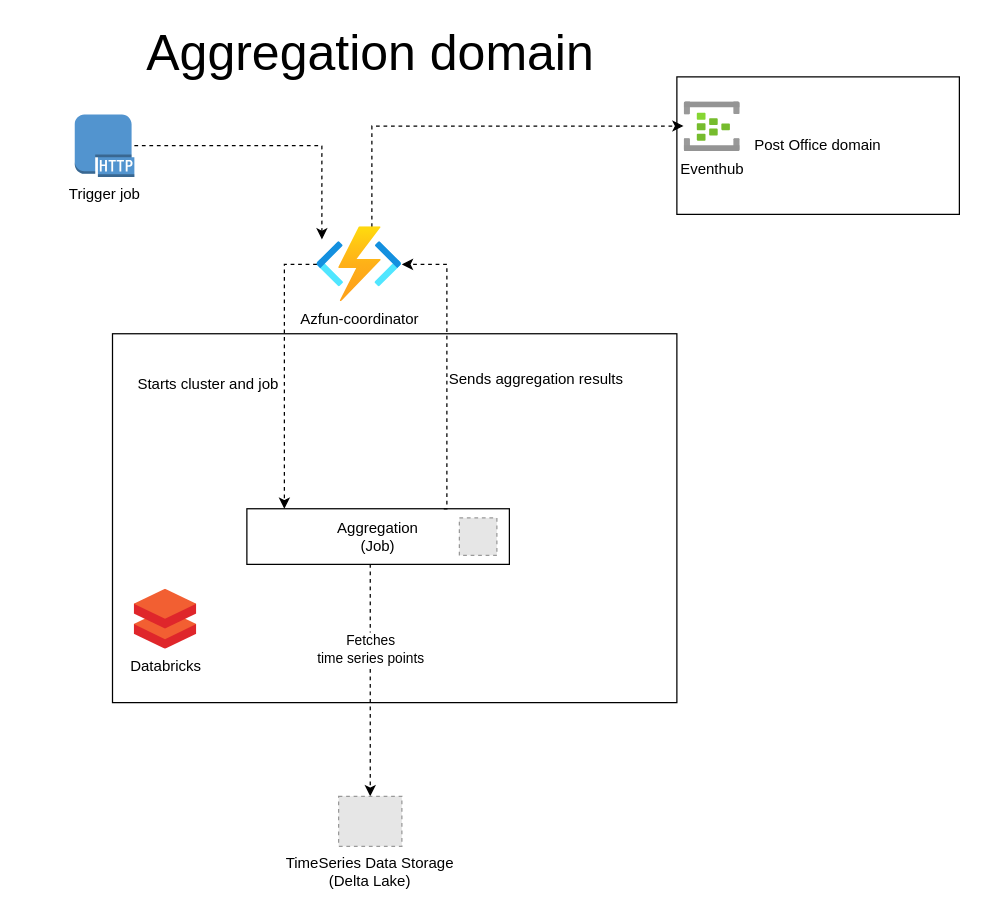
Earlier version of the draw.io diagram docs/Architecture.drawio (Energinet-DataHub/ARCHIVED-geh-aggregations). Source tidied: cells renumbered, new cells numbered last; positions are measured from the earlier drawing's top-left corner, leaving out a move shared by most shapes. Both pictures are drawn from the tidied source at 125%, with x=0, y=0 at pixel (21, 39). Pictures stored in the file or linked from it are replaced by grey dashed boxes.
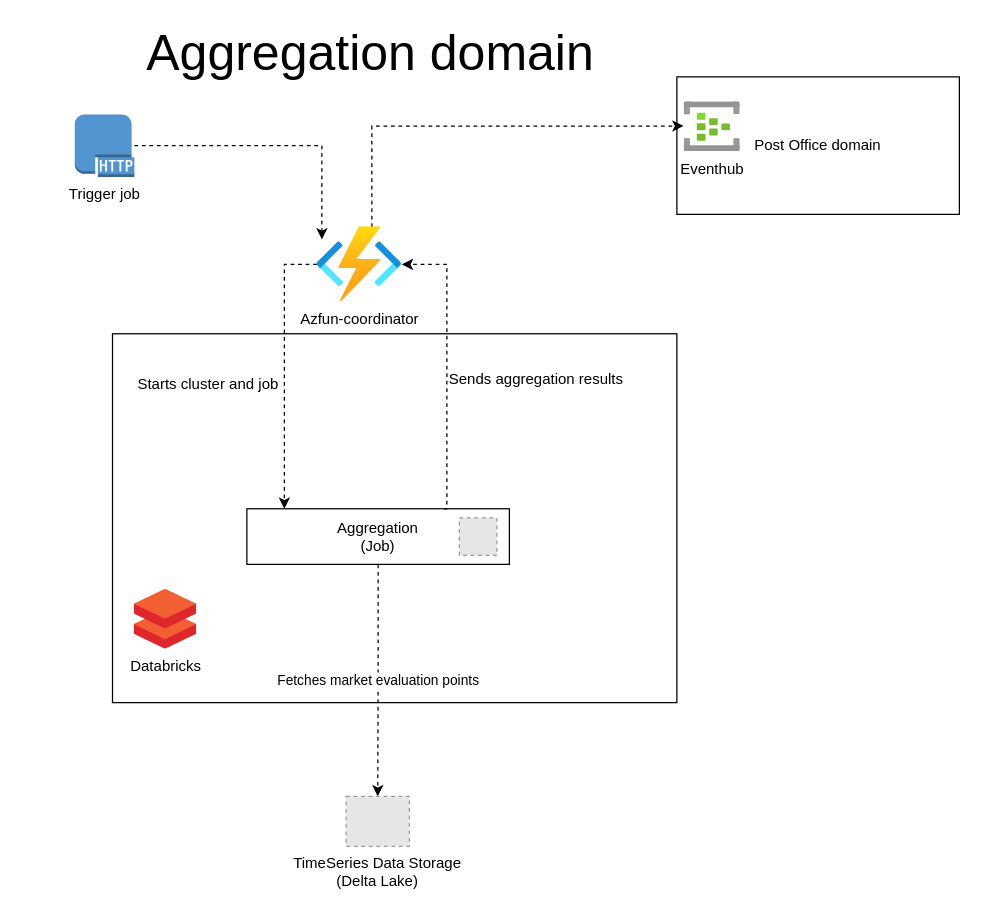
Above is the later version.

Commit message (it also covers changes not shown here):
tweak in diagram

Unchanged cells that the change refers to:
```xml
<mxCell id="6" value="Aggregation&lt;br&gt;(Job)" style="rounded=0;whiteSpace=wrap;html=1;" parent="1" vertex="1">
  <mxGeometry x="180" y="375.5" width="210" height="44.5" as="geometry" />
</mxCell>
<mxCell id="10" value="Azfun-coordinator" style="html=1;points=[];align=center;image;fontSize=12;image=img/lib/azure2/compute/Function_Apps.svg;" parent="1" vertex="1">
  <mxGeometry x="236" y="150" width="68" height="60" as="geometry" />
</mxCell>
<mxCell id="13" value="Eventhub" style="html=1;points=[];align=center;image;fontSize=12;image=img/lib/azure2/analytics/Event_Hubs.svg;" parent="1" vertex="1">
  <mxGeometry x="530" y="50" width="44.7" height="40" as="geometry" />
</mxCell>
```

Change to the diagram source:
```diff
@@
+    <mxCell id="5" style="edgeStyle=orthogonalEdgeStyle;rounded=0;jettySize=auto;html=1;exitX=0.647;exitY=0;exitDx=0;exitDy=0;entryX=-0.015;entryY=0.483;entryDx=0;entryDy=0;dashed=1;fontSize=40;exitPerimeter=0;entryPerimeter=0;" parent="1" edge="1" source="10" target="13">
+      <mxGeometry relative="1" as="geometry" />
+    </mxCell>
-    <mxCell id="3" style="edgeStyle=orthogonalEdgeStyle;rounded=0;jettySize=auto;html=1;exitX=0.5;exitY=1;exitDx=0;exitDy=0;entryX=0.5;entryY=0;entryDx=0;entryDy=0;dashed=1;startArrow=none;startFill=0;endArrow=classic;endFill=1;" parent="1" edge="1" source="6" target="7">
-      <mxGeometry relative="1" as="geometry">
-        <Array as="points">
-          <mxPoint x="279" y="420" />
-        </Array>
-      </mxGeometry>
+    <mxCell id="3" value="Fetches market evaluation points" style="edgeStyle=orthogonalEdgeStyle;rounded=0;jettySize=auto;html=1;entryX=0.5;entryY=0;entryDx=0;entryDy=0;dashed=1;" parent="1" edge="1" source="6" target="7">
+      <mxGeometry relative="1" as="geometry" />
     </mxCell>
-    <mxCell id="4" value="Fetches&lt;br&gt;time series points" style="edgeLabel;html=1;align=center;verticalAlign=middle;" parent="3" vertex="1">
-      <mxGeometry x="-0.49" y="-5" relative="1" as="geometry">
-        <mxPoint x="5" y="25" as="offset" />
-      </mxGeometry>
-    </mxCell>
-    <mxCell id="5" style="edgeStyle=orthogonalEdgeStyle;rounded=0;jettySize=auto;html=1;exitX=0.647;exitY=0;exitDx=0;exitDy=0;entryX=-0.015;entryY=0.483;entryDx=0;entryDy=0;dashed=1;fontSize=40;exitPerimeter=0;entryPerimeter=0;" parent="1" edge="1" source="10" target="13">
-      <mxGeometry relative="1" as="geometry" />
-    </mxCell>
@@
     <mxCell id="7" value="TimeSeries Data Storage&#10;(Delta Lake)" style="fillColor=#E6E6E6;strokeColor=#999999;dashed=1;verticalLabelPosition=bottom;labelBackgroundColor=#ffffff;verticalAlign=top;" parent="1" vertex="1">
-      <mxGeometry x="253.4" y="605.5" width="50.6" height="40" as="geometry" />
+      <mxGeometry x="259.4" y="605.5" width="50.6" height="40" as="geometry" />
     </mxCell>
```
